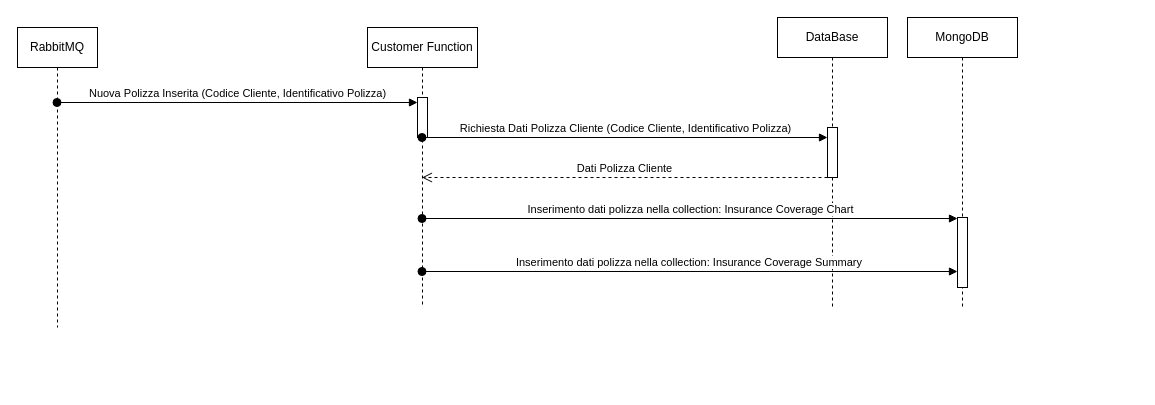
This is page "Azure Function - Emissione Polizza" (11 of 14) of Documentazione/Tesi/Diagrammi/Architettura.drawio from speaking-codes/QuickApp, a draw.io file, before an edit. Source tidied: cells renumbered, new cells numbered last; positions are measured from the earlier drawing's top-left corner, leaving out a move shared by most shapes. Both pictures are drawn from the tidied source at 100%, with x=0, y=0 at pixel (17, 17).
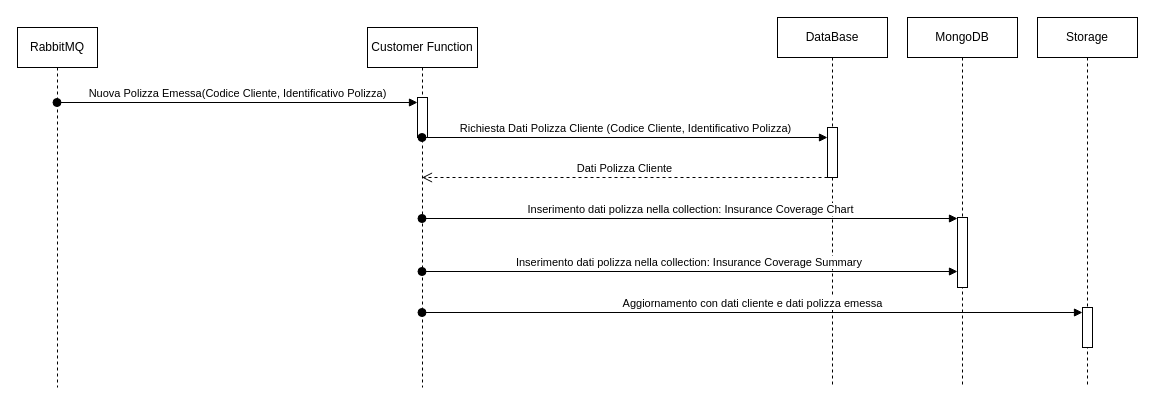
The same diagram, later.

Diff of the diagram source:
```diff
@@
 <mxGraphModel>
   <root>
     <mxCell id="0" />
     <mxCell id="1" parent="0" />
     <mxCell id="2" value="RabbitMQ" style="shape=umlLifeline;perimeter=lifelinePerimeter;whiteSpace=wrap;html=1;outlineConnect=0;portConstraint=eastwest;newEdgeStyle={&quot;curved&quot;:0,&quot;rounded&quot;:0};" parent="1" vertex="1">
-      <mxGeometry y="10" width="80" height="300" as="geometry" />
+      <mxGeometry y="10" width="80" height="360" as="geometry" />
     </mxCell>
     <mxCell id="3" value="Customer Function" style="shape=umlLifeline;perimeter=lifelinePerimeter;whiteSpace=wrap;html=1;outlineConnect=0;portConstraint=eastwest;newEdgeStyle={&quot;curved&quot;:0,&quot;rounded&quot;:0};" parent="1" vertex="1">
-      <mxGeometry x="350" y="10" width="110" height="280" as="geometry" />
+      <mxGeometry x="350" y="10" width="110" height="360" as="geometry" />
     </mxCell>
     <mxCell id="4" style="html=1;points=[[0,0,0,0,5],[0,1,0,0,-5],[1,0,0,0,5],[1,1,0,0,-5]];perimeter=orthogonalPerimeter;outlineConnect=0;targetShapes=umlLifeline;portConstraint=eastwest;newEdgeStyle={&quot;curved&quot;:0,&quot;rounded&quot;:0};" parent="3" vertex="1">
       <mxGeometry x="50" y="70" width="10" height="40" as="geometry" />
     </mxCell>
-    <mxCell id="5" value="Nuova Polizza Inserita (Codice Cliente, Identificativo Polizza)" style="html=1;verticalAlign=bottom;startArrow=oval;endArrow=block;startSize=8;curved=0;rounded=0;entryX=0;entryY=0;entryDx=0;entryDy=5;" parent="1" edge="1" source="2" target="4">
+    <mxCell id="5" value="Nuova Polizza Emessa(Codice Cliente, Identificativo Polizza)" style="html=1;verticalAlign=bottom;startArrow=oval;endArrow=block;startSize=8;curved=0;rounded=0;entryX=0;entryY=0;entryDx=0;entryDy=5;" parent="1" edge="1" source="2" target="4">
       <mxGeometry relative="1" as="geometry" />
     </mxCell>
     <mxCell id="6" value="DataBase" style="shape=umlLifeline;perimeter=lifelinePerimeter;whiteSpace=wrap;html=1;newEdgeStyle={&quot;curved&quot;:0,&quot;rounded&quot;:0};" parent="1" vertex="1">
-      <mxGeometry x="760" width="110" height="290" as="geometry" />
+      <mxGeometry x="760" width="110" height="370" as="geometry" />
     </mxCell>
     <mxCell id="7" style="html=1;perimeter=orthogonalPerimeter;targetShapes=umlLifeline;newEdgeStyle={&quot;curved&quot;:0,&quot;rounded&quot;:0};" parent="6" vertex="1">
       <mxGeometry x="50" y="110" width="10" height="50" as="geometry" />
     </mxCell>
     <mxCell id="8" value="Richiesta Dati Polizza Cliente (Codice Cliente, Identificativo Polizza)" style="html=1;verticalAlign=bottom;startArrow=oval;startFill=1;endArrow=block;startSize=8;curved=0;rounded=0;" parent="1" edge="1" source="3">
       <mxGeometry relative="1" as="geometry">
         <mxPoint x="810" y="120" as="targetPoint" />
       </mxGeometry>
     </mxCell>
     <mxCell id="9" value="Dati Polizza Cliente" style="html=1;verticalAlign=bottom;endArrow=open;dashed=1;endSize=8;curved=0;rounded=0;" parent="1" edge="1" target="3">
       <mxGeometry relative="1" as="geometry">
         <mxPoint x="810" y="160" as="sourcePoint" />
       </mxGeometry>
     </mxCell>
     <mxCell id="10" value="MongoDB" style="shape=umlLifeline;perimeter=lifelinePerimeter;whiteSpace=wrap;html=1;newEdgeStyle={&quot;curved&quot;:0,&quot;rounded&quot;:0};" parent="1" vertex="1">
-      <mxGeometry x="890" width="110" height="290" as="geometry" />
+      <mxGeometry x="890" width="110" height="370" as="geometry" />
     </mxCell>
     <mxCell id="11" style="html=1;perimeter=orthogonalPerimeter;targetShapes=umlLifeline;newEdgeStyle={&quot;curved&quot;:0,&quot;rounded&quot;:0};" parent="10" vertex="1">
       <mxGeometry x="50" y="200" width="10" height="70" as="geometry" />
     </mxCell>
     <mxCell id="12" value="Inserimento dati polizza nella collection: Insurance Coverage Chart" style="html=1;verticalAlign=bottom;startArrow=oval;startFill=1;endArrow=block;startSize=8;curved=0;rounded=0;" parent="1" edge="1" source="3">
       <mxGeometry relative="1" as="geometry">
         <mxPoint x="940" y="201" as="targetPoint" />
       </mxGeometry>
     </mxCell>
     <mxCell id="13" value="Inserimento dati polizza nella collection: Insurance Coverage Summary&amp;nbsp;" style="html=1;verticalAlign=bottom;startArrow=oval;startFill=1;endArrow=block;startSize=8;curved=0;rounded=0;" parent="1" edge="1" source="3">
       <mxGeometry relative="1" as="geometry">
         <mxPoint x="940" y="254" as="targetPoint" />
       </mxGeometry>
     </mxCell>
+    <mxCell id="14" value="Storage" style="shape=umlLifeline;perimeter=lifelinePerimeter;whiteSpace=wrap;html=1;newEdgeStyle={&quot;curved&quot;:0,&quot;rounded&quot;:0};" parent="1" vertex="1">
+      <mxGeometry x="1020" width="100" height="370" as="geometry" />
+    </mxCell>
+    <mxCell id="15" style="html=1;points=[[0,0,0,0,5],[0,1,0,0,-5],[1,0,0,0,5],[1,1,0,0,-5]];perimeter=orthogonalPerimeter;outlineConnect=0;targetShapes=umlLifeline;portConstraint=eastwest;newEdgeStyle={&quot;curved&quot;:0,&quot;rounded&quot;:0};" parent="14" vertex="1">
+      <mxGeometry x="45" y="290" width="10" height="40" as="geometry" />
+    </mxCell>
+    <mxCell id="16" value="Aggiornamento con dati cliente e dati polizza emessa" style="html=1;verticalAlign=bottom;startArrow=oval;endArrow=block;startSize=8;curved=0;rounded=0;entryX=0;entryY=0;entryDx=0;entryDy=5;" parent="1" edge="1" source="3" target="15">
+      <mxGeometry relative="1" as="geometry" />
+    </mxCell>
   </root>
 </mxGraphModel>
```
